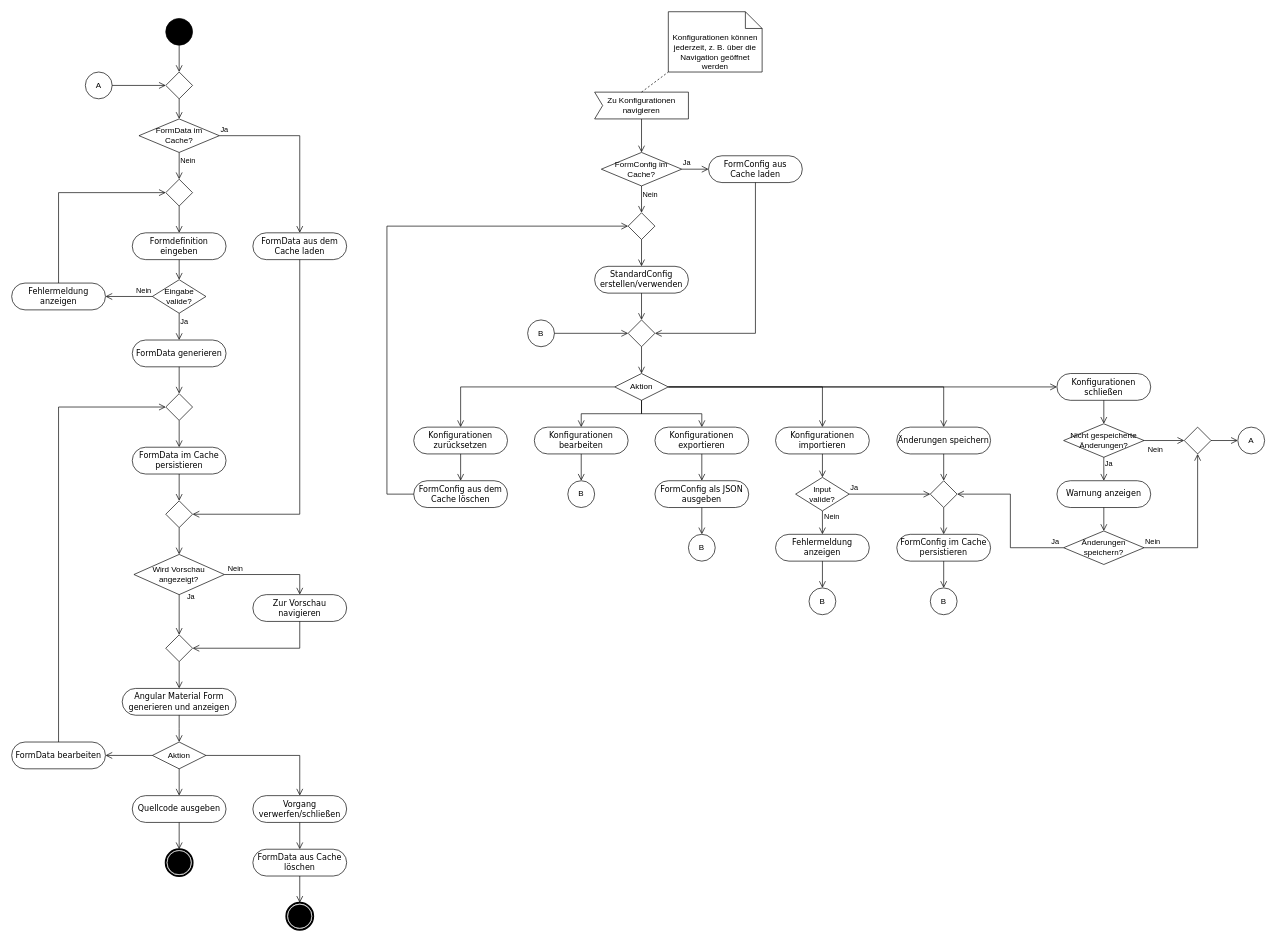
Above: diagrams/activity-diagram/Aktivitätsdiagramm.drawio in IfSince/form-generator (draw.io), before the change. Source tidied: cells renumbered, new cells numbered last; positions are measured from the earlier drawing's top-left corner, leaving out a move shared by most shapes. Both pictures are drawn from the tidied source at 67%, with x=0, y=0 at pixel (11, 11).
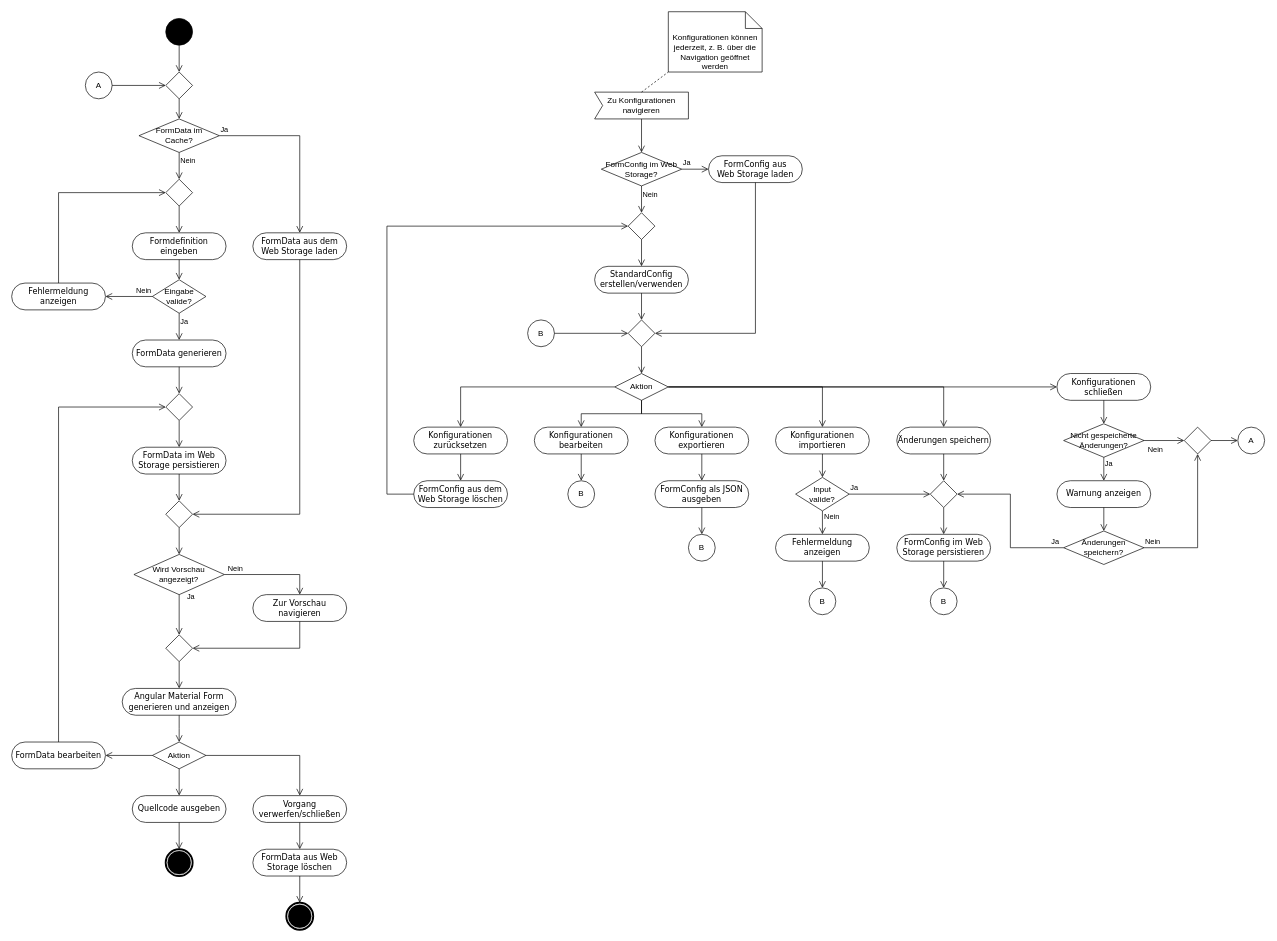
The same page after the edit.

Commit message:
update description in activity diagram

Diff of the diagram source:
```diff
@@
-    <mxCell id="8" value="FormData aus dem Cache laden" style="rounded=1;whiteSpace=wrap;html=1;shadow=0;comic=0;labelBackgroundColor=none;strokeWidth=1;fontFamily=Verdana;fontSize=12;align=center;arcSize=50;" parent="1" vertex="1">
+    <mxCell id="8" value="FormData aus dem Web Storage laden" style="rounded=1;whiteSpace=wrap;html=1;shadow=0;comic=0;labelBackgroundColor=none;strokeWidth=1;fontFamily=Verdana;fontSize=12;align=center;arcSize=50;" parent="1" vertex="1">
       <mxGeometry x="359.9" y="330" width="140" height="40" as="geometry" />
     </mxCell>
@@
-    <mxCell id="25" value="FormData aus Cache löschen" style="rounded=1;whiteSpace=wrap;html=1;shadow=0;comic=0;labelBackgroundColor=none;strokeWidth=1;fontFamily=Verdana;fontSize=12;align=center;arcSize=50;" parent="1" vertex="1">
+    <mxCell id="25" value="FormData aus Web Storage löschen" style="rounded=1;whiteSpace=wrap;html=1;shadow=0;comic=0;labelBackgroundColor=none;strokeWidth=1;fontFamily=Verdana;fontSize=12;align=center;arcSize=50;" parent="1" vertex="1">
       <mxGeometry x="359.9" y="1250" width="140" height="40" as="geometry" />
     </mxCell>
@@
-    <mxCell id="38" value="FormConfig aus&lt;div&gt;Cache laden&lt;/div&gt;" style="rounded=1;whiteSpace=wrap;html=1;shadow=0;comic=0;labelBackgroundColor=none;strokeWidth=1;fontFamily=Verdana;fontSize=12;align=center;arcSize=50;" parent="1" vertex="1">
+    <mxCell id="38" value="FormConfig aus&lt;div&gt;Web Storage laden&lt;/div&gt;" style="rounded=1;whiteSpace=wrap;html=1;shadow=0;comic=0;labelBackgroundColor=none;strokeWidth=1;fontFamily=Verdana;fontSize=12;align=center;arcSize=50;" parent="1" vertex="1">
       <mxGeometry x="1040" y="215" width="140" height="40" as="geometry" />
     </mxCell>
@@
-    <mxCell id="54" value="FormData im Cache persistieren" style="rounded=1;whiteSpace=wrap;html=1;shadow=0;comic=0;labelBackgroundColor=none;strokeWidth=1;fontFamily=Verdana;fontSize=12;align=center;arcSize=50;" parent="1" vertex="1">
+    <mxCell id="54" value="FormData im Web Storage persistieren" style="rounded=1;whiteSpace=wrap;html=1;shadow=0;comic=0;labelBackgroundColor=none;strokeWidth=1;fontFamily=Verdana;fontSize=12;align=center;arcSize=50;" parent="1" vertex="1">
       <mxGeometry x="179.9" y="650" width="140" height="40" as="geometry" />
     </mxCell>
@@
-    <mxCell id="62" value="FormConfig im Cache?" style="rhombus;whiteSpace=wrap;html=1;" parent="1" vertex="1">
+    <mxCell id="62" value="FormConfig im Web Storage?" style="rhombus;whiteSpace=wrap;html=1;" parent="1" vertex="1">
       <mxGeometry x="880" y="210" width="120" height="50" as="geometry" />
     </mxCell>
@@
-    <mxCell id="75" value="FormConfig im Cache persistieren" style="rounded=1;whiteSpace=wrap;html=1;shadow=0;comic=0;labelBackgroundColor=none;strokeWidth=1;fontFamily=Verdana;fontSize=12;align=center;arcSize=50;" parent="1" vertex="1">
+    <mxCell id="75" value="FormConfig im Web Storage persistieren" style="rounded=1;whiteSpace=wrap;html=1;shadow=0;comic=0;labelBackgroundColor=none;strokeWidth=1;fontFamily=Verdana;fontSize=12;align=center;arcSize=50;" parent="1" vertex="1">
       <mxGeometry x="1321" y="780" width="140" height="40" as="geometry" />
     </mxCell>
@@
-    <mxCell id="92" value="FormConfig aus dem Cache löschen" style="rounded=1;whiteSpace=wrap;html=1;shadow=0;comic=0;labelBackgroundColor=none;strokeWidth=1;fontFamily=Verdana;fontSize=12;align=center;arcSize=50;" parent="1" vertex="1">
+    <mxCell id="92" value="FormConfig aus dem Web Storage löschen" style="rounded=1;whiteSpace=wrap;html=1;shadow=0;comic=0;labelBackgroundColor=none;strokeWidth=1;fontFamily=Verdana;fontSize=12;align=center;arcSize=50;" parent="1" vertex="1">
       <mxGeometry x="600" y="700" width="140" height="40" as="geometry" />
     </mxCell>
```
